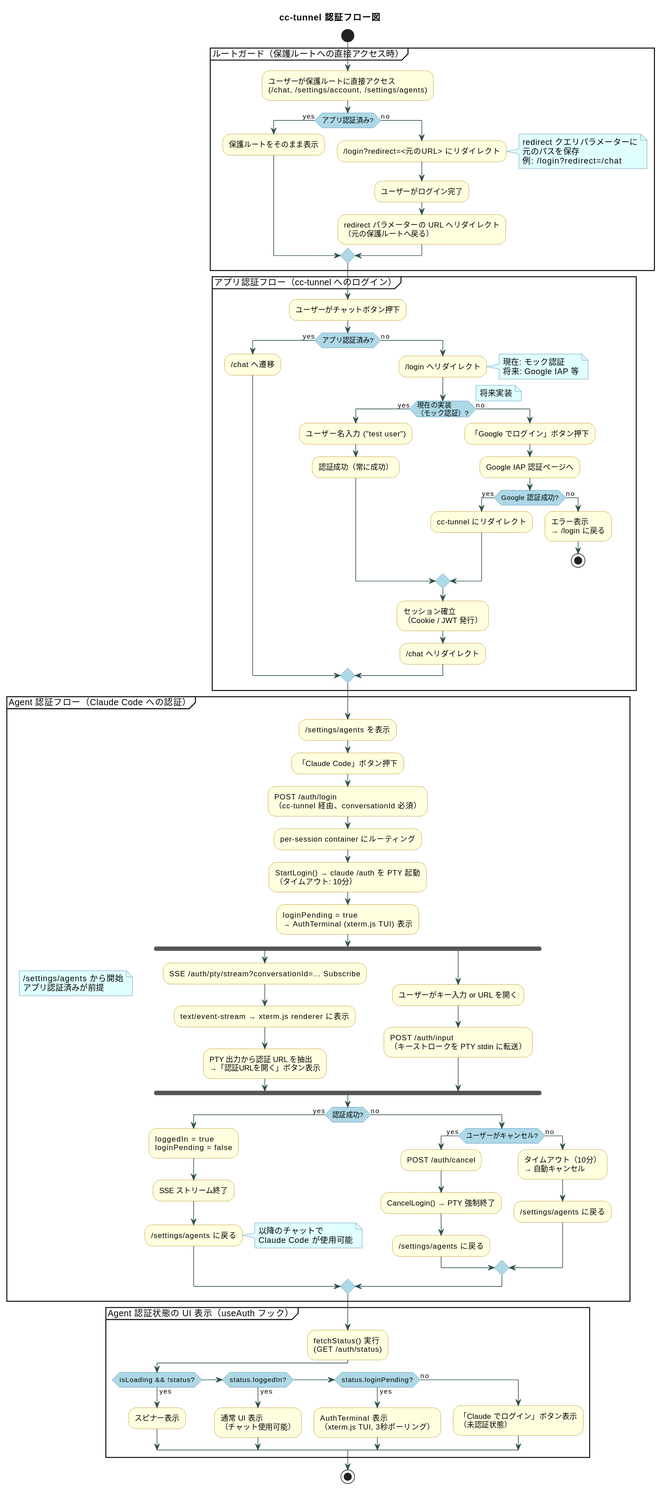
pollenjp/cc-tunnel keeps this PlantUML diagram as docs/plantuml/out/auth_flow.svg. Above is the earlier version.
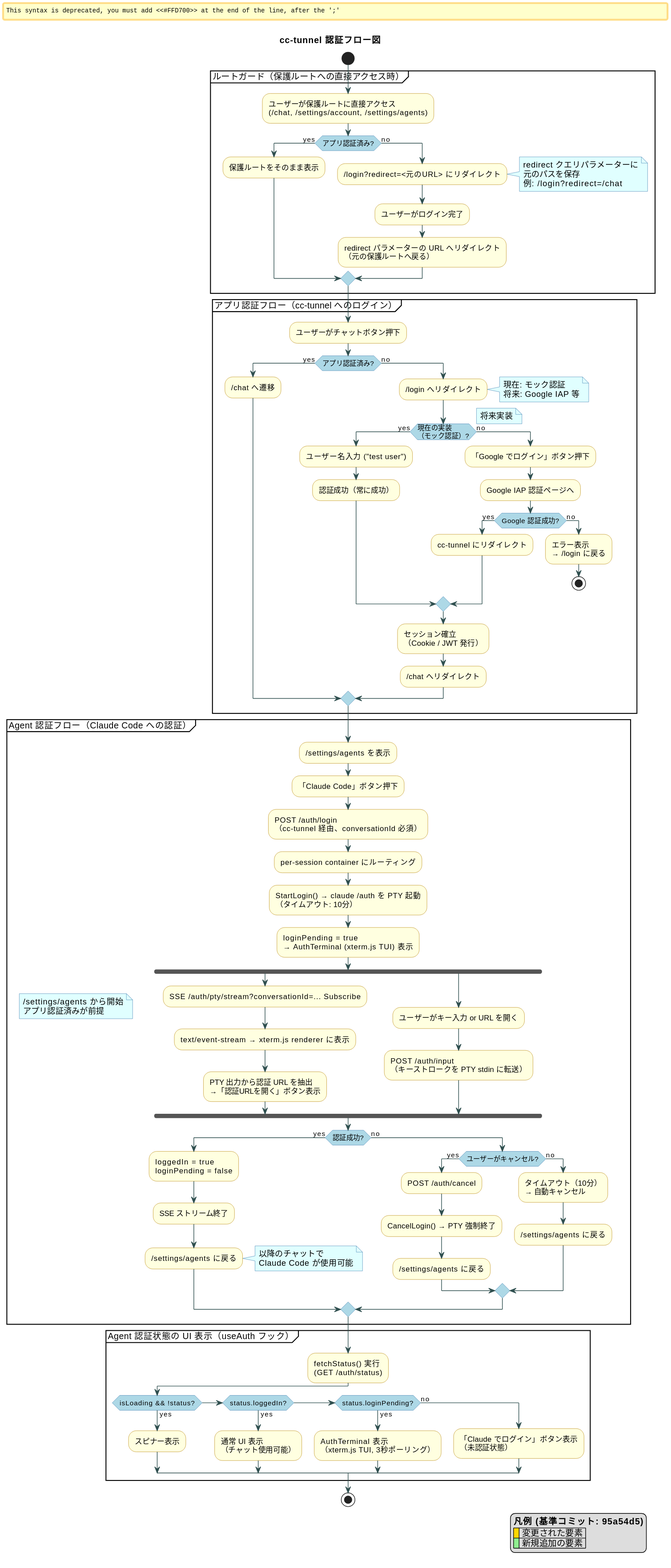
The same diagram one commit later.

Change to the diagram source:
```diff
@@ -87,8 +87,8 @@
   :loginPending = true\n→ AuthTerminal (xterm.js TUI) 表示;
 
   fork
-    :SSE /auth/pty/stream?conversationId=... Subscribe;
-    :text/event-stream → xterm.js renderer に表示;
+    #FFD700:SSE /auth/pty/stream?conversationId=... Subscribe;
+    #FFD700:text/event-stream → xterm.js renderer に表示;
     :PTY 出力から認証 URL を抽出\n→「認証URLを開く」ボタン表示;
   fork again
     :ユーザーがキー入力 or URL を開く;
@@ -97,7 +97,7 @@
 
   if (認証成功?) then (yes)
     :loggedIn = true\nloginPending = false;
-    :SSE ストリーム終了;
+    #FFD700:SSE ストリーム終了;
     :/settings/agents に戻る;
     note right
       以降のチャットで
@@ -135,4 +135,10 @@
 end note
 
 stop
+
+legend right
+  **凡例 (基準コミット: 95a54d5)**
+  |<#FFD700>  | 変更された要素 |
+  |<#90EE90>  | 新規追加の要素 |
+endlegend
 @enduml
```
